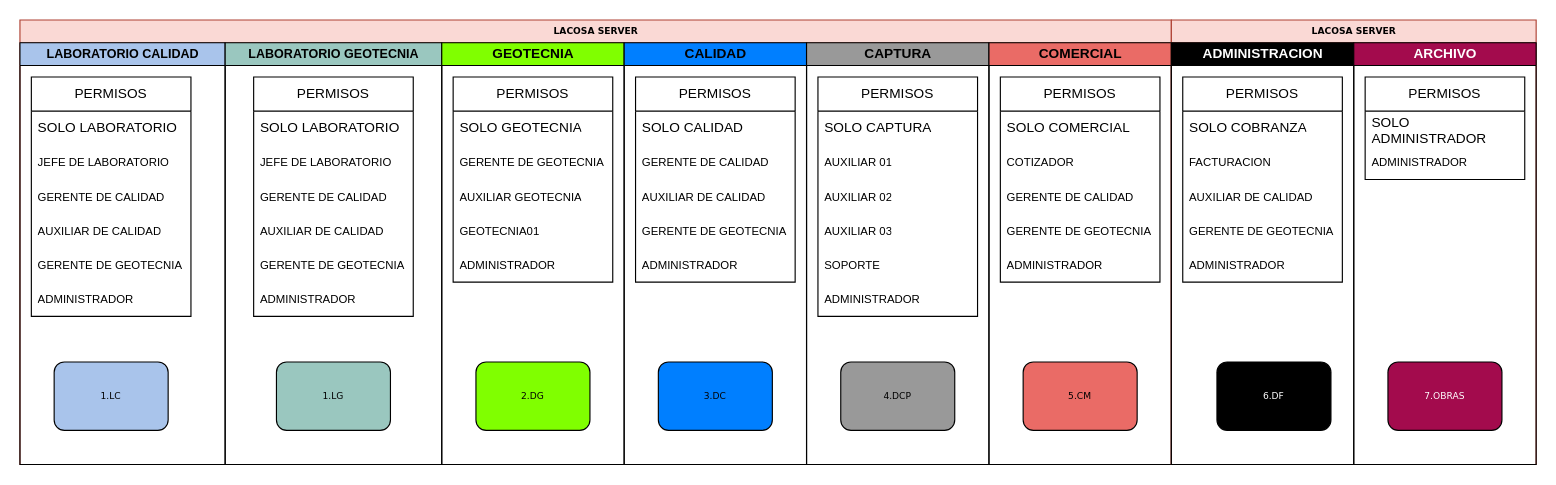
This is ServerDirection.drawio from DekarDev/Powershell, a draw.io file, before an edit. Source tidied: cells renumbered, new cells numbered last; positions are measured from the earlier drawing's top-left corner, leaving out a move shared by most shapes. Both pictures are drawn from the tidied source at 114%, with x=0, y=0 at pixel (19, 19).
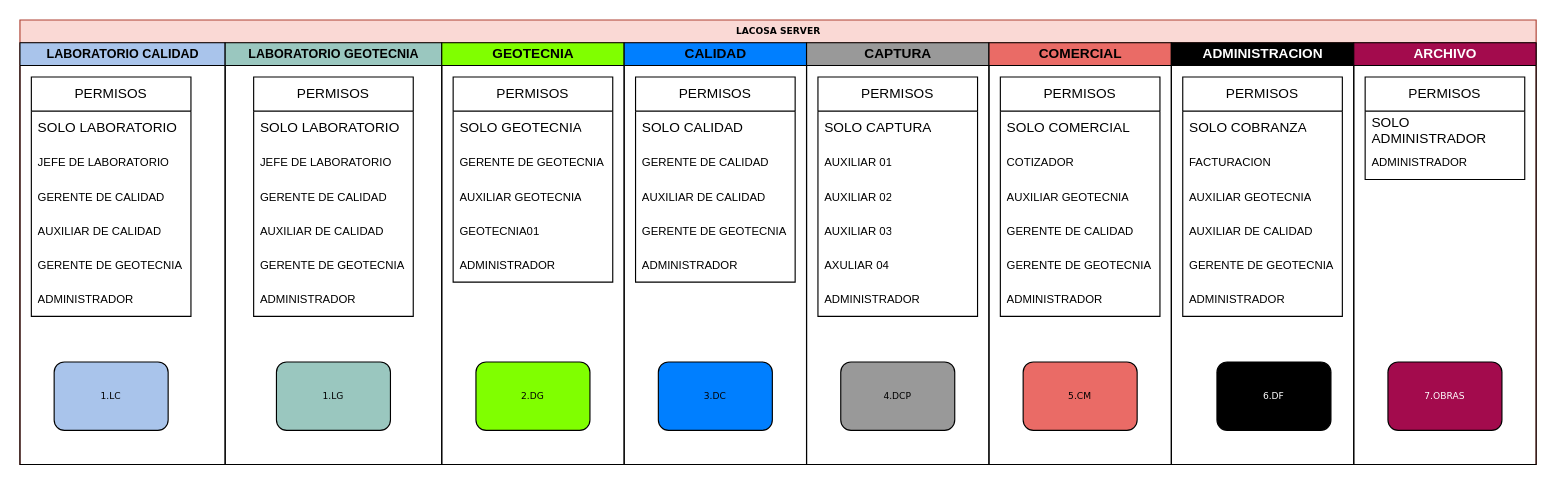
The same page after the edit.

Unchanged cells that the change refers to:
```xml
<mxCell id="26" value="GEOTECNIA" style="swimlane;html=1;startSize=20;fillColor=#80FF00;" parent="2" vertex="1">
  <mxGeometry x="370" y="20" width="160" height="370" as="geometry" />
</mxCell>
<mxCell id="40" value="PERMISOS" style="swimlane;fontStyle=0;horizontal=1;startSize=30;whiteSpace=wrap;html=1;" parent="37" vertex="1">
  <mxGeometry x="10" y="30" width="140" height="210" as="geometry" />
</mxCell>
<mxCell id="47" value="COMERCIAL" style="swimlane;html=1;startSize=20;fillColor=#EA6B66;" parent="2" vertex="1">
  <mxGeometry x="850" y="20" width="160" height="370" as="geometry" />
</mxCell>
```

Diff of the diagram source:
```diff
@@
-<mxGraphModel>
+<mxGraphModel background="#FFFFFF">
@@
     <mxCell id="2" value="LACOSA SERVER" style="swimlane;html=1;startSize=20;rounded=0;shadow=0;labelBackgroundColor=none;strokeWidth=1;fontFamily=Verdana;fontSize=8;align=center;fillColor=#fad9d5;strokeColor=#ae4132;" parent="1" vertex="1">
-      <mxGeometry width="1010" height="390" as="geometry" />
+      <mxGeometry width="1330" height="390" as="geometry" />
     </mxCell>
@@
+    <mxCell id="74" value="PERMISOS" style="swimlane;fontStyle=0;horizontal=1;startSize=30;whiteSpace=wrap;html=1;" parent="26" vertex="1">
+      <mxGeometry x="10" y="30" width="140" height="180" as="geometry" />
+    </mxCell>
+    <mxCell id="75" value="SOLO GEOTECNIA" style="text;strokeColor=none;fillColor=none;align=left;verticalAlign=middle;spacingLeft=4;spacingRight=4;overflow=hidden;whiteSpace=wrap;html=1;" parent="74" vertex="1">
+      <mxGeometry y="30" width="140" height="30" as="geometry" />
+    </mxCell>
+    <mxCell id="76" value="&lt;font size=&quot;1&quot;&gt;GERENTE DE GEOTECNIA&lt;/font&gt;" style="text;strokeColor=none;fillColor=none;align=left;verticalAlign=middle;spacingLeft=4;spacingRight=4;overflow=hidden;whiteSpace=wrap;html=1;" parent="74" vertex="1">
+      <mxGeometry y="60" width="140" height="30" as="geometry" />
+    </mxCell>
+    <mxCell id="77" value="&lt;font size=&quot;1&quot;&gt;AUXILIAR GEOTECNIA&lt;/font&gt;" style="text;strokeColor=none;fillColor=none;align=left;verticalAlign=middle;spacingLeft=4;spacingRight=4;overflow=hidden;whiteSpace=wrap;html=1;" parent="74" vertex="1">
+      <mxGeometry y="90" width="140" height="30" as="geometry" />
+    </mxCell>
+    <mxCell id="78" value="&lt;font size=&quot;1&quot;&gt;GEOTECNIA01&lt;/font&gt;" style="text;strokeColor=none;fillColor=none;align=left;verticalAlign=middle;spacingLeft=4;spacingRight=4;overflow=hidden;whiteSpace=wrap;html=1;" parent="74" vertex="1">
+      <mxGeometry y="120" width="140" height="30" as="geometry" />
+    </mxCell>
+    <mxCell id="79" value="&lt;span style=&quot;font-size: x-small; background-color: initial;&quot;&gt;ADMINISTRADOR&lt;/span&gt;" style="text;strokeColor=none;fillColor=none;align=left;verticalAlign=middle;spacingLeft=4;spacingRight=4;overflow=hidden;whiteSpace=wrap;html=1;" parent="74" vertex="1">
+      <mxGeometry y="150" width="140" height="30" as="geometry" />
+    </mxCell>
@@
-    <mxCell id="45" value="&lt;span style=&quot;font-size: x-small; background-color: initial;&quot;&gt;SOPORTE&lt;/span&gt;" style="text;strokeColor=none;fillColor=none;align=left;verticalAlign=middle;spacingLeft=4;spacingRight=4;overflow=hidden;whiteSpace=wrap;html=1;" parent="40" vertex="1">
+    <mxCell id="45" value="&lt;span style=&quot;font-size: x-small; background-color: initial;&quot;&gt;AXULIAR 04&lt;/span&gt;" style="text;strokeColor=none;fillColor=none;align=left;verticalAlign=middle;spacingLeft=4;spacingRight=4;overflow=hidden;whiteSpace=wrap;html=1;" parent="40" vertex="1">
       <mxGeometry y="150" width="140" height="30" as="geometry" />
     </mxCell>
@@
     <mxCell id="49" value="PERMISOS" style="swimlane;fontStyle=0;horizontal=1;startSize=30;whiteSpace=wrap;html=1;" parent="47" vertex="1">
-      <mxGeometry x="10" y="30" width="140" height="180" as="geometry" />
+      <mxGeometry x="10" y="30" width="140" height="210" as="geometry" />
     </mxCell>
@@
+    <mxCell id="80" value="&lt;font size=&quot;1&quot;&gt;AUXILIAR GEOTECNIA&lt;/font&gt;" style="text;strokeColor=none;fillColor=none;align=left;verticalAlign=middle;spacingLeft=4;spacingRight=4;overflow=hidden;whiteSpace=wrap;html=1;" parent="49" vertex="1">
+      <mxGeometry y="90" width="140" height="30" as="geometry" />
+    </mxCell>
     <mxCell id="52" value="&lt;span style=&quot;font-size: x-small; background-color: initial;&quot;&gt;GERENTE DE CALIDAD&lt;/span&gt;" style="text;strokeColor=none;fillColor=none;align=left;verticalAlign=middle;spacingLeft=4;spacingRight=4;overflow=hidden;whiteSpace=wrap;html=1;" parent="49" vertex="1">
-      <mxGeometry y="90" width="140" height="30" as="geometry" />
+      <mxGeometry y="120" width="140" height="30" as="geometry" />
     </mxCell>
     <mxCell id="53" value="&lt;span style=&quot;font-size: x-small; background-color: initial;&quot;&gt;GERENTE DE GEOTECNIA&lt;/span&gt;" style="text;strokeColor=none;fillColor=none;align=left;verticalAlign=middle;spacingLeft=4;spacingRight=4;overflow=hidden;whiteSpace=wrap;html=1;" parent="49" vertex="1">
-      <mxGeometry y="120" width="140" height="30" as="geometry" />
+      <mxGeometry y="150" width="140" height="30" as="geometry" />
     </mxCell>
     <mxCell id="54" value="&lt;span style=&quot;font-size: x-small; background-color: initial;&quot;&gt;ADMINISTRADOR&lt;/span&gt;" style="text;strokeColor=none;fillColor=none;align=left;verticalAlign=middle;spacingLeft=4;spacingRight=4;overflow=hidden;whiteSpace=wrap;html=1;" parent="49" vertex="1">
-      <mxGeometry y="150" width="140" height="30" as="geometry" />
+      <mxGeometry y="180" width="140" height="30" as="geometry" />
     </mxCell>
-    <mxCell id="55" value="LACOSA SERVER" style="swimlane;html=1;startSize=20;rounded=0;shadow=0;labelBackgroundColor=none;strokeWidth=1;fontFamily=Verdana;fontSize=8;align=center;fillColor=#fad9d5;strokeColor=#ae4132;" parent="1" vertex="1">
-      <mxGeometry x="1010" width="320" height="390" as="geometry" />
-    </mxCell>
-    <mxCell id="56" style="edgeStyle=orthogonalEdgeStyle;rounded=1;html=1;labelBackgroundColor=none;startArrow=none;startFill=0;startSize=5;endArrow=classicThin;endFill=1;endSize=5;jettySize=auto;orthogonalLoop=1;strokeWidth=1;fontFamily=Verdana;fontSize=8;" parent="55" edge="1">
-      <mxGeometry relative="1" as="geometry">
-        <mxPoint x="600" y="690" as="sourcePoint" />
-      </mxGeometry>
-    </mxCell>
-    <mxCell id="57" style="edgeStyle=orthogonalEdgeStyle;rounded=1;html=1;labelBackgroundColor=none;startArrow=none;startFill=0;startSize=5;endArrow=classicThin;endFill=1;endSize=5;jettySize=auto;orthogonalLoop=1;strokeWidth=1;fontFamily=Verdana;fontSize=8;" parent="55" edge="1">
-      <mxGeometry relative="1" as="geometry">
-        <mxPoint x="770" y="690" as="sourcePoint" />
-      </mxGeometry>
-    </mxCell>
-    <mxCell id="58" style="edgeStyle=orthogonalEdgeStyle;rounded=1;html=1;labelBackgroundColor=none;startArrow=none;startFill=0;startSize=5;endArrow=classicThin;endFill=1;endSize=5;jettySize=auto;orthogonalLoop=1;strokeWidth=1;fontFamily=Verdana;fontSize=8;" parent="55" edge="1">
-      <mxGeometry relative="1" as="geometry">
-        <mxPoint x="400" y="580" as="targetPoint" />
-        <Array as="points">
-          <mxPoint x="660" y="610" />
-          <mxPoint x="660" y="550" />
-          <mxPoint x="400" y="550" />
-        </Array>
-      </mxGeometry>
-    </mxCell>
-    <mxCell id="59" style="edgeStyle=orthogonalEdgeStyle;rounded=1;html=1;labelBackgroundColor=none;startArrow=none;startFill=0;startSize=5;endArrow=classicThin;endFill=1;endSize=5;jettySize=auto;orthogonalLoop=1;strokeColor=#000000;strokeWidth=1;fontFamily=Verdana;fontSize=8;fontColor=#000000;" parent="55" edge="1">
-      <mxGeometry relative="1" as="geometry">
-        <mxPoint x="610" y="610" as="targetPoint" />
-      </mxGeometry>
-    </mxCell>
-    <mxCell id="60" style="edgeStyle=orthogonalEdgeStyle;rounded=1;html=1;labelBackgroundColor=none;startArrow=none;startFill=0;startSize=5;endArrow=classicThin;endFill=1;endSize=5;jettySize=auto;orthogonalLoop=1;strokeWidth=1;fontFamily=Verdana;fontSize=8;" parent="55" edge="1">
-      <mxGeometry relative="1" as="geometry">
-        <mxPoint x="450" y="610" as="sourcePoint" />
-      </mxGeometry>
-    </mxCell>
-    <mxCell id="61" value="ADMINISTRACION" style="swimlane;html=1;startSize=20;fillColor=#000000;fontColor=#FFFFFF;" parent="55" vertex="1">
-      <mxGeometry y="20" width="160" height="370" as="geometry" />
+    <mxCell id="61" value="ADMINISTRACION" style="swimlane;html=1;startSize=20;fillColor=#000000;fontColor=#FFFFFF;" parent="2" vertex="1">
+      <mxGeometry x="1010" y="20" width="160" height="370" as="geometry" />
     </mxCell>
@@
     <mxCell id="63" value="PERMISOS" style="swimlane;fontStyle=0;horizontal=1;startSize=30;whiteSpace=wrap;html=1;" parent="61" vertex="1">
-      <mxGeometry x="10" y="30" width="140" height="180" as="geometry" />
+      <mxGeometry x="10" y="30" width="140" height="210" as="geometry" />
     </mxCell>
@@
+    <mxCell id="81" value="&lt;font size=&quot;1&quot;&gt;AUXILIAR GEOTECNIA&lt;/font&gt;" style="text;strokeColor=none;fillColor=none;align=left;verticalAlign=middle;spacingLeft=4;spacingRight=4;overflow=hidden;whiteSpace=wrap;html=1;" parent="63" vertex="1">
+      <mxGeometry y="90" width="140" height="30" as="geometry" />
+    </mxCell>
     <mxCell id="66" value="&lt;span style=&quot;font-size: x-small; background-color: initial;&quot;&gt;AUXILIAR DE CALIDAD&lt;/span&gt;" style="text;strokeColor=none;fillColor=none;align=left;verticalAlign=middle;spacingLeft=4;spacingRight=4;overflow=hidden;whiteSpace=wrap;html=1;" parent="63" vertex="1">
-      <mxGeometry y="90" width="140" height="30" as="geometry" />
+      <mxGeometry y="120" width="140" height="30" as="geometry" />
     </mxCell>
     <mxCell id="67" value="&lt;span style=&quot;font-size: x-small; background-color: initial;&quot;&gt;GERENTE DE GEOTECNIA&lt;/span&gt;" style="text;strokeColor=none;fillColor=none;align=left;verticalAlign=middle;spacingLeft=4;spacingRight=4;overflow=hidden;whiteSpace=wrap;html=1;" parent="63" vertex="1">
-      <mxGeometry y="120" width="140" height="30" as="geometry" />
+      <mxGeometry y="150" width="140" height="30" as="geometry" />
     </mxCell>
     <mxCell id="68" value="&lt;span style=&quot;font-size: x-small; background-color: initial;&quot;&gt;ADMINISTRADOR&lt;/span&gt;" style="text;strokeColor=none;fillColor=none;align=left;verticalAlign=middle;spacingLeft=4;spacingRight=4;overflow=hidden;whiteSpace=wrap;html=1;" parent="63" vertex="1">
-      <mxGeometry y="150" width="140" height="30" as="geometry" />
+      <mxGeometry y="180" width="140" height="30" as="geometry" />
     </mxCell>
-    <mxCell id="69" value="ARCHIVO" style="swimlane;html=1;startSize=20;fillColor=#A30B4D;labelBackgroundColor=none;fontColor=#FFFFFF;" parent="55" vertex="1">
-      <mxGeometry x="160" y="20" width="160" height="370" as="geometry" />
+    <mxCell id="69" value="ARCHIVO" style="swimlane;html=1;startSize=20;fillColor=#A30B4D;labelBackgroundColor=none;fontColor=#FFFFFF;" parent="2" vertex="1">
+      <mxGeometry x="1170" y="20" width="160" height="370" as="geometry" />
     </mxCell>
@@
-    <mxCell id="74" value="PERMISOS" style="swimlane;fontStyle=0;horizontal=1;startSize=30;whiteSpace=wrap;html=1;" parent="1" vertex="1">
-      <mxGeometry x="380" y="50" width="140" height="180" as="geometry" />
-    </mxCell>
-    <mxCell id="75" value="SOLO GEOTECNIA" style="text;strokeColor=none;fillColor=none;align=left;verticalAlign=middle;spacingLeft=4;spacingRight=4;overflow=hidden;whiteSpace=wrap;html=1;" parent="74" vertex="1">
-      <mxGeometry y="30" width="140" height="30" as="geometry" />
-    </mxCell>
-    <mxCell id="76" value="&lt;font size=&quot;1&quot;&gt;GERENTE DE GEOTECNIA&lt;/font&gt;" style="text;strokeColor=none;fillColor=none;align=left;verticalAlign=middle;spacingLeft=4;spacingRight=4;overflow=hidden;whiteSpace=wrap;html=1;" parent="74" vertex="1">
-      <mxGeometry y="60" width="140" height="30" as="geometry" />
-    </mxCell>
-    <mxCell id="77" value="&lt;font size=&quot;1&quot;&gt;AUXILIAR GEOTECNIA&lt;/font&gt;" style="text;strokeColor=none;fillColor=none;align=left;verticalAlign=middle;spacingLeft=4;spacingRight=4;overflow=hidden;whiteSpace=wrap;html=1;" parent="74" vertex="1">
-      <mxGeometry y="90" width="140" height="30" as="geometry" />
-    </mxCell>
-    <mxCell id="78" value="&lt;font size=&quot;1&quot;&gt;GEOTECNIA01&lt;/font&gt;" style="text;strokeColor=none;fillColor=none;align=left;verticalAlign=middle;spacingLeft=4;spacingRight=4;overflow=hidden;whiteSpace=wrap;html=1;" parent="74" vertex="1">
-      <mxGeometry y="120" width="140" height="30" as="geometry" />
-    </mxCell>
-    <mxCell id="79" value="&lt;span style=&quot;font-size: x-small; background-color: initial;&quot;&gt;ADMINISTRADOR&lt;/span&gt;" style="text;strokeColor=none;fillColor=none;align=left;verticalAlign=middle;spacingLeft=4;spacingRight=4;overflow=hidden;whiteSpace=wrap;html=1;" parent="74" vertex="1">
-      <mxGeometry y="150" width="140" height="30" as="geometry" />
-    </mxCell>
```
